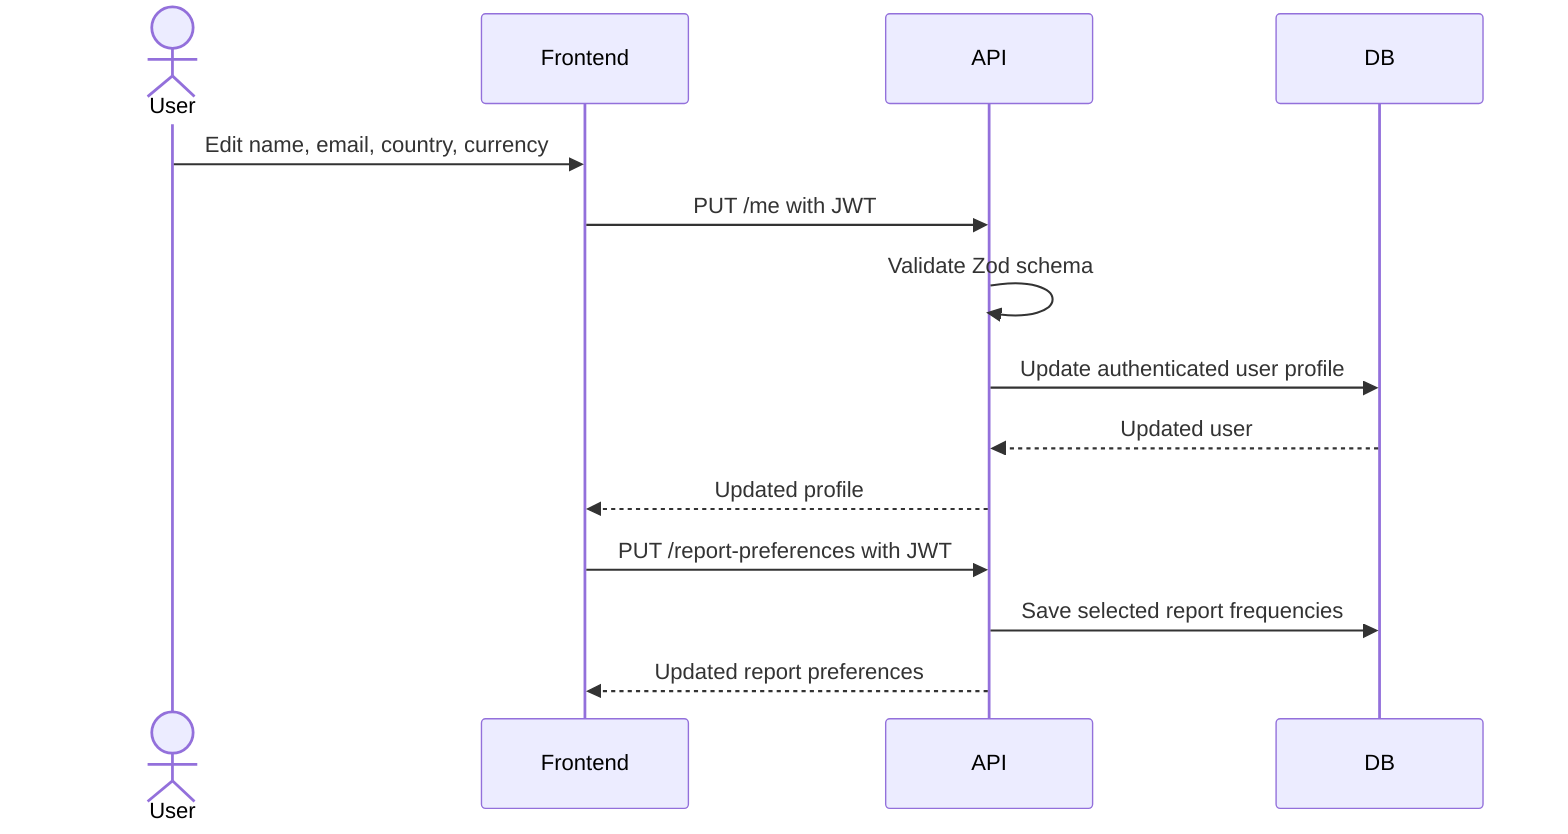
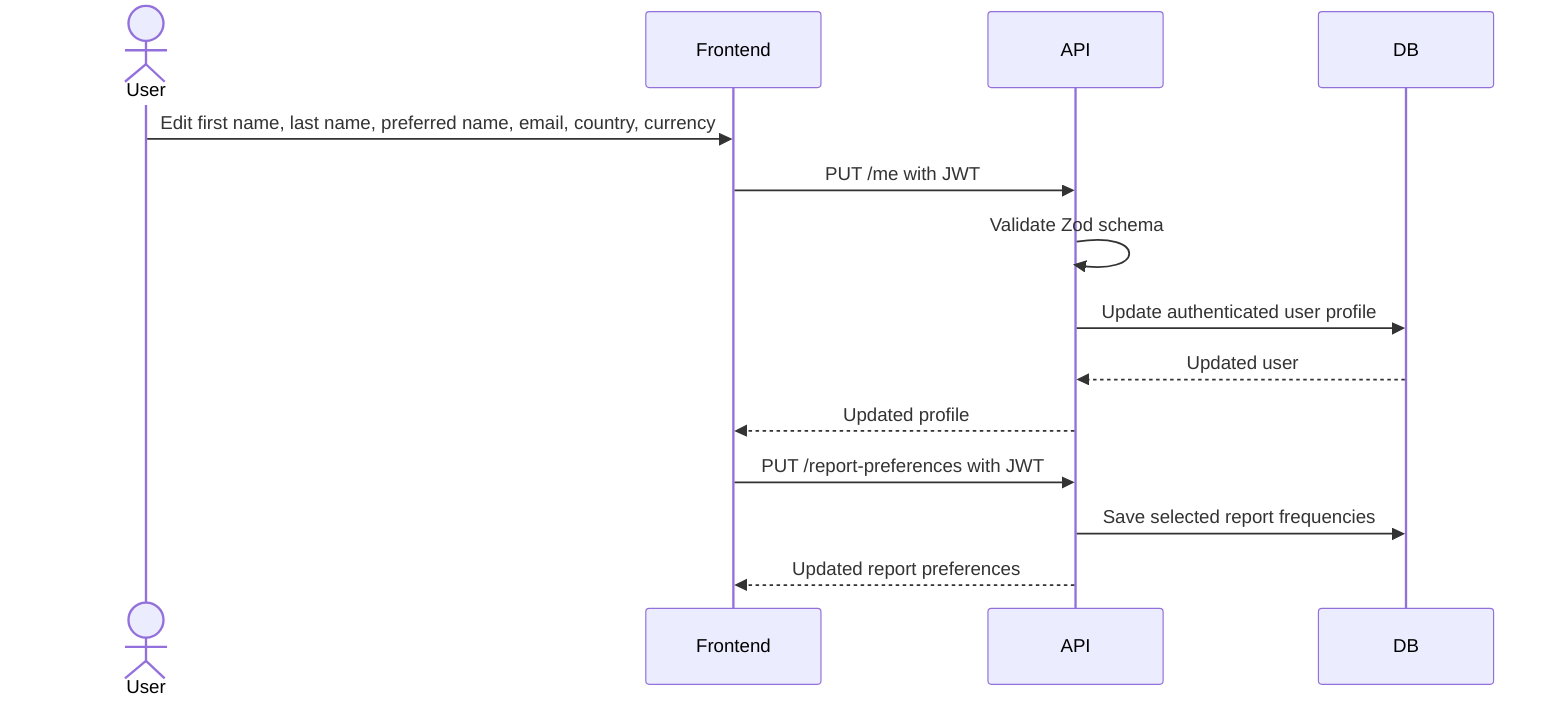
sequenceDiagram
  actor User
  participant Frontend
  participant API
  participant DB
-   User->>Frontend: Edit name, email, country, currency
+   User->>Frontend: Edit first name, last name, preferred name, email, country, currency
  Frontend->>API: PUT /me with JWT
  API->>API: Validate Zod schema
  API->>DB: Update authenticated user profile
  DB-->>API: Updated user
  API-->>Frontend: Updated profile
  Frontend->>API: PUT /report-preferences with JWT
  API->>DB: Save selected report frequencies
  API-->>Frontend: Updated report preferences
